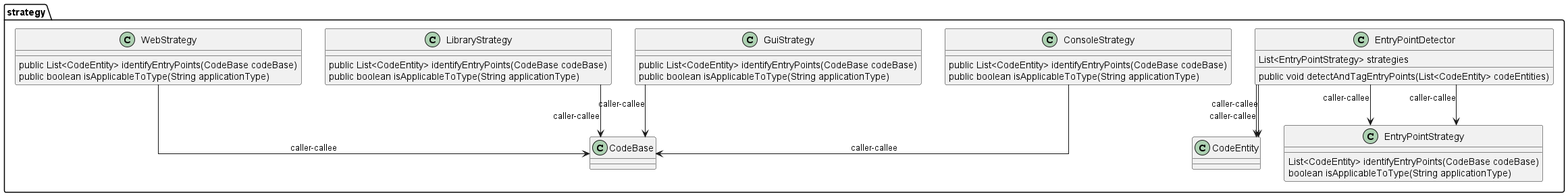
jags-programming/j2arch keeps this PlantUML diagram as umldoc/images/com_pjsoft_j2arch_core_strategy_package.png. Above is the earlier version.
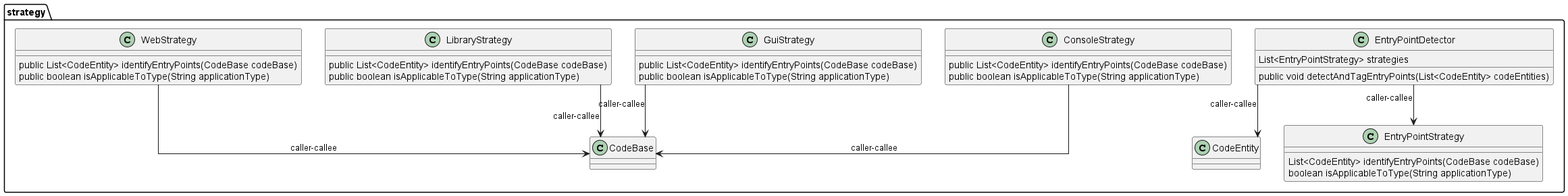
The same diagram one commit later.

The edit, as a diff of the source:
```diff
@@ -12,8 +12,6 @@
 }
 EntryPointDetector --> EntryPointStrategy : caller-callee
 EntryPointDetector --> CodeEntity : caller-callee
-EntryPointDetector --> CodeEntity : caller-callee
-EntryPointDetector --> EntryPointStrategy : caller-callee
 class EntryPointStrategy {
      List<CodeEntity> identifyEntryPoints(CodeBase codeBase)
      boolean isApplicableToType(String applicationType)
```
